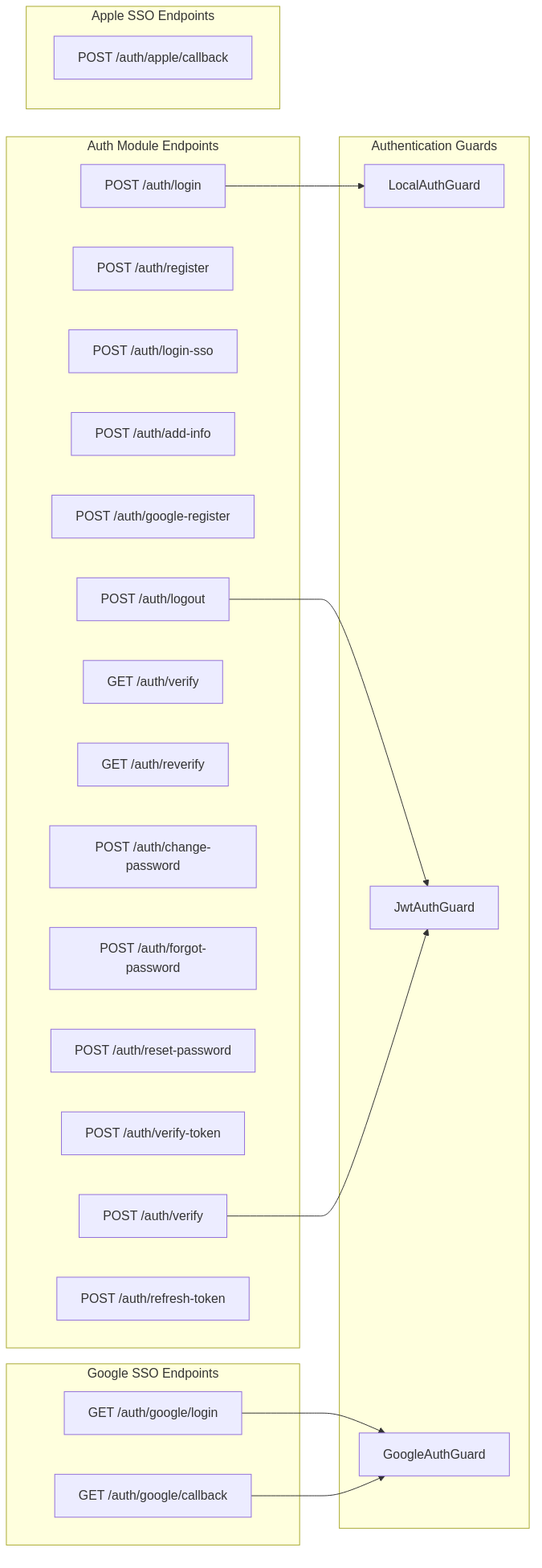
Earlier version of the Mermaid export images/auth_api_endpoints.png (linhh011202/fyp-report). Its source is kept beside it as diagrams/auth_api_endpoints.mmd.
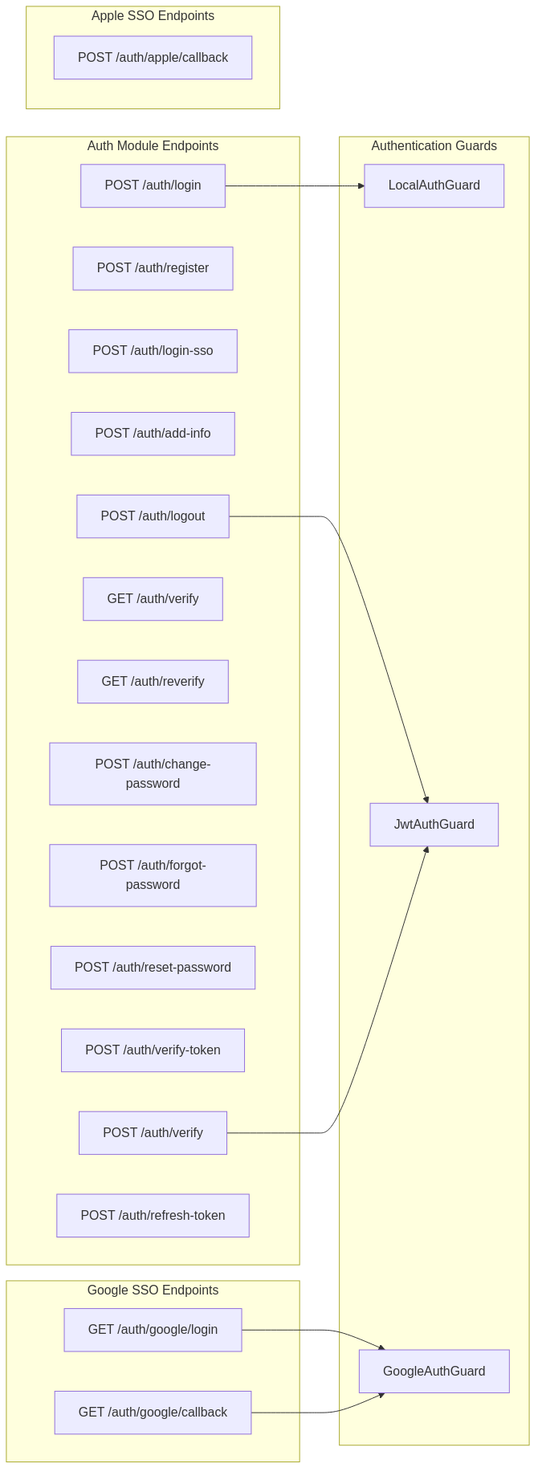
After the change.

Diff of the diagram source:
```diff
@@ -5,7 +5,6 @@
         R[POST /auth/register]
         SSO[POST /auth/login-sso]
         AI[POST /auth/add-info]
-        GR[POST /auth/google-register]
         V[POST /auth/verify]
         VE[GET /auth/verify]
         RV[GET /auth/reverify]
```
